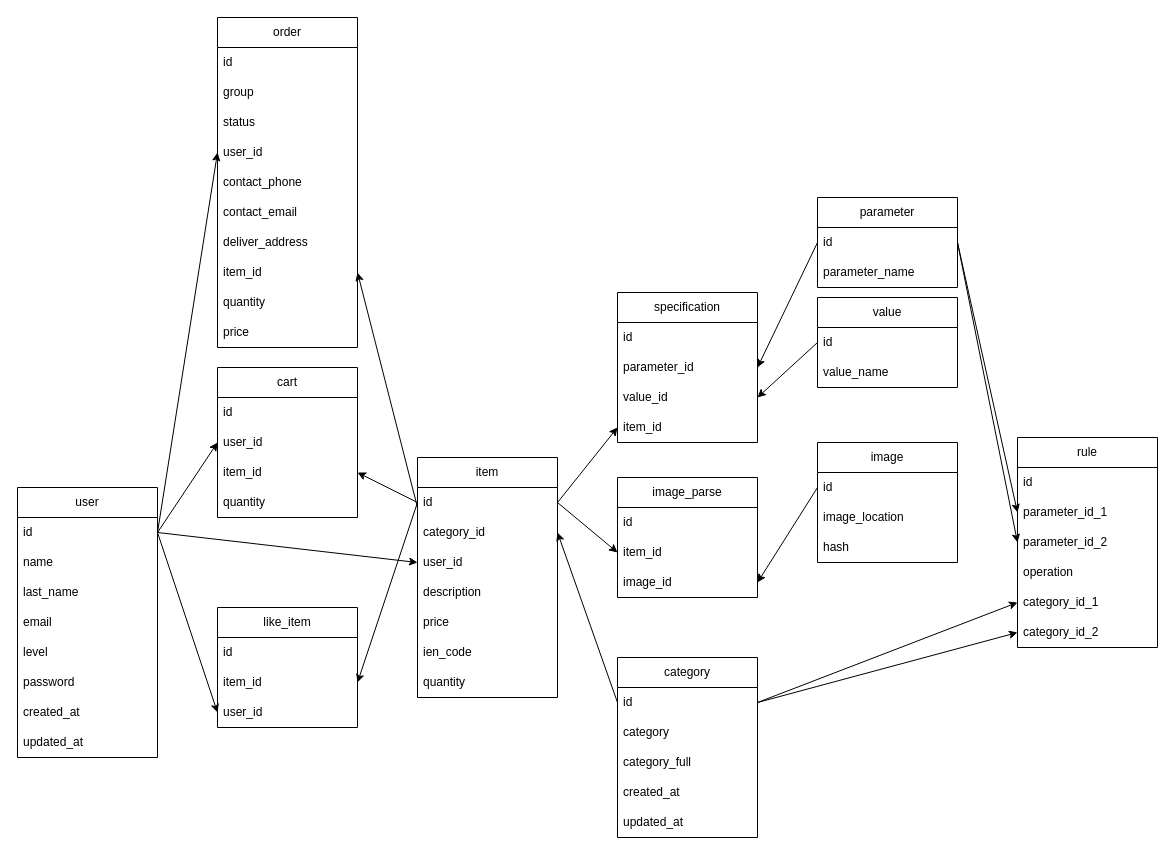
This is drawio/db.drawio from AugustasPauzas/BD1, a draw.io file, before an edit. Source tidied: cells renumbered, new cells numbered last; positions are measured from the earlier drawing's top-left corner, leaving out a move shared by most shapes. Both pictures are drawn from the tidied source at 100%, with x=0, y=0 at pixel (17, 17).
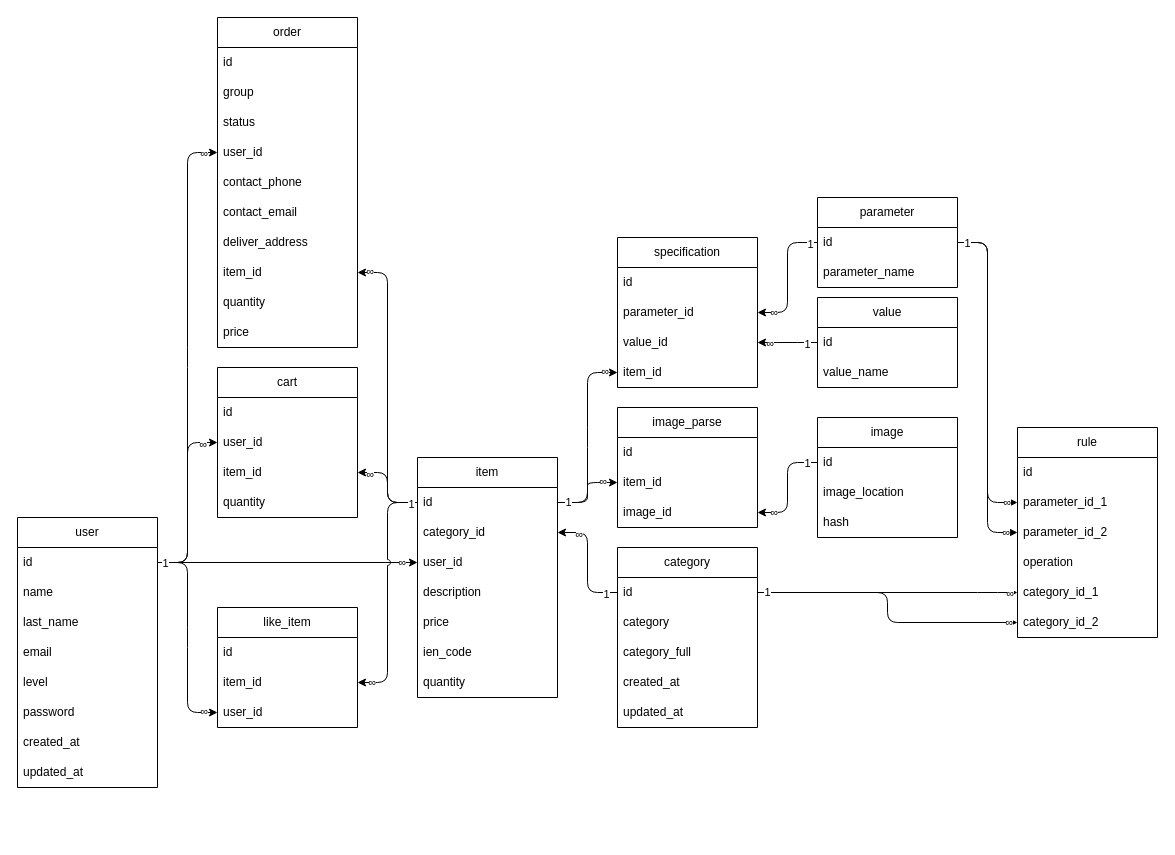
The same page after the edit.

The change refers to these unchanged cells:
```xml
<mxCell id="3" value="id" style="text;strokeColor=none;fillColor=none;align=left;verticalAlign=middle;spacingLeft=4;spacingRight=4;overflow=hidden;points=[[0,0.5],[1,0.5]];portConstraint=eastwest;whiteSpace=wrap;html=1;" parent="2" vertex="1">
  <mxGeometry y="30" width="140" height="30" as="geometry" />
</mxCell>
<mxCell id="12" value="id" style="text;strokeColor=none;fillColor=none;align=left;verticalAlign=middle;spacingLeft=4;spacingRight=4;overflow=hidden;points=[[0,0.5],[1,0.5]];portConstraint=eastwest;whiteSpace=wrap;html=1;" parent="11" vertex="1">
  <mxGeometry y="30" width="140" height="30" as="geometry" />
</mxCell>
<mxCell id="13" value="category_id" style="text;strokeColor=none;fillColor=none;align=left;verticalAlign=middle;spacingLeft=4;spacingRight=4;overflow=hidden;points=[[0,0.5],[1,0.5]];portConstraint=eastwest;whiteSpace=wrap;html=1;" parent="11" vertex="1">
  <mxGeometry y="60" width="140" height="30" as="geometry" />
</mxCell>
<mxCell id="14" value="user_id" style="text;strokeColor=none;fillColor=none;align=left;verticalAlign=middle;spacingLeft=4;spacingRight=4;overflow=hidden;points=[[0,0.5],[1,0.5]];portConstraint=eastwest;whiteSpace=wrap;html=1;" parent="11" vertex="1">
  <mxGeometry y="90" width="140" height="30" as="geometry" />
</mxCell>
<mxCell id="20" value="id" style="text;strokeColor=none;fillColor=none;align=left;verticalAlign=middle;spacingLeft=4;spacingRight=4;overflow=hidden;points=[[0,0.5],[1,0.5]];portConstraint=eastwest;whiteSpace=wrap;html=1;" parent="19" vertex="1">
  <mxGeometry y="30" width="140" height="30" as="geometry" />
</mxCell>
<mxCell id="27" value="user_id" style="text;strokeColor=none;fillColor=none;align=left;verticalAlign=middle;spacingLeft=4;spacingRight=4;overflow=hidden;points=[[0,0.5],[1,0.5]];portConstraint=eastwest;whiteSpace=wrap;html=1;" parent="25" vertex="1">
  <mxGeometry y="60" width="140" height="30" as="geometry" />
</mxCell>
<mxCell id="28" value="item_id" style="text;strokeColor=none;fillColor=none;align=left;verticalAlign=middle;spacingLeft=4;spacingRight=4;overflow=hidden;points=[[0,0.5],[1,0.5]];portConstraint=eastwest;whiteSpace=wrap;html=1;" parent="25" vertex="1">
  <mxGeometry y="90" width="140" height="30" as="geometry" />
</mxCell>
<mxCell id="36" value="parameter_id" style="text;strokeColor=none;fillColor=none;align=left;verticalAlign=middle;spacingLeft=4;spacingRight=4;overflow=hidden;points=[[0,0.5],[1,0.5]];portConstraint=eastwest;whiteSpace=wrap;html=1;" parent="34" vertex="1">
  <mxGeometry y="60" width="140" height="30" as="geometry" />
</mxCell>
<mxCell id="37" value="value_id" style="text;strokeColor=none;fillColor=none;align=left;verticalAlign=middle;spacingLeft=4;spacingRight=4;overflow=hidden;points=[[0,0.5],[1,0.5]];portConstraint=eastwest;whiteSpace=wrap;html=1;" parent="34" vertex="1">
  <mxGeometry y="90" width="140" height="30" as="geometry" />
</mxCell>
<mxCell id="38" value="item_id" style="text;strokeColor=none;fillColor=none;align=left;verticalAlign=middle;spacingLeft=4;spacingRight=4;overflow=hidden;points=[[0,0.5],[1,0.5]];portConstraint=eastwest;whiteSpace=wrap;html=1;" parent="34" vertex="1">
  <mxGeometry y="120" width="140" height="30" as="geometry" />
</mxCell>
<mxCell id="40" value="id" style="text;strokeColor=none;fillColor=none;align=left;verticalAlign=middle;spacingLeft=4;spacingRight=4;overflow=hidden;points=[[0,0.5],[1,0.5]];portConstraint=eastwest;whiteSpace=wrap;html=1;" parent="39" vertex="1">
  <mxGeometry y="30" width="140" height="30" as="geometry" />
</mxCell>
<mxCell id="43" value="id" style="text;strokeColor=none;fillColor=none;align=left;verticalAlign=middle;spacingLeft=4;spacingRight=4;overflow=hidden;points=[[0,0.5],[1,0.5]];portConstraint=eastwest;whiteSpace=wrap;html=1;" parent="42" vertex="1">
  <mxGeometry y="30" width="140" height="30" as="geometry" />
</mxCell>
<mxCell id="49" value="item_id" style="text;strokeColor=none;fillColor=none;align=left;verticalAlign=middle;spacingLeft=4;spacingRight=4;overflow=hidden;points=[[0,0.5],[1,0.5]];portConstraint=eastwest;whiteSpace=wrap;html=1;" parent="47" vertex="1">
  <mxGeometry y="60" width="140" height="30" as="geometry" />
</mxCell>
<mxCell id="50" value="user_id" style="text;strokeColor=none;fillColor=none;align=left;verticalAlign=middle;spacingLeft=4;spacingRight=4;overflow=hidden;points=[[0,0.5],[1,0.5]];portConstraint=eastwest;whiteSpace=wrap;html=1;" parent="47" vertex="1">
  <mxGeometry y="90" width="140" height="30" as="geometry" />
</mxCell>
<mxCell id="54" value="id" style="text;strokeColor=none;fillColor=none;align=left;verticalAlign=middle;spacingLeft=4;spacingRight=4;overflow=hidden;points=[[0,0.5],[1,0.5]];portConstraint=eastwest;whiteSpace=wrap;html=1;" parent="53" vertex="1">
  <mxGeometry y="30" width="140" height="30" as="geometry" />
</mxCell>
<mxCell id="63" value="user_id" style="text;strokeColor=none;fillColor=none;align=left;verticalAlign=middle;spacingLeft=4;spacingRight=4;overflow=hidden;points=[[0,0.5],[1,0.5]];portConstraint=eastwest;whiteSpace=wrap;html=1;" parent="59" vertex="1">
  <mxGeometry y="120" width="140" height="30" as="geometry" />
</mxCell>
<mxCell id="67" value="item_id" style="text;strokeColor=none;fillColor=none;align=left;verticalAlign=middle;spacingLeft=4;spacingRight=4;overflow=hidden;points=[[0,0.5],[1,0.5]];portConstraint=eastwest;whiteSpace=wrap;html=1;" parent="59" vertex="1">
  <mxGeometry y="240" width="140" height="30" as="geometry" />
</mxCell>
<mxCell id="72" value="parameter_id_1" style="text;strokeColor=none;fillColor=none;align=left;verticalAlign=middle;spacingLeft=4;spacingRight=4;overflow=hidden;points=[[0,0.5],[1,0.5]];portConstraint=eastwest;whiteSpace=wrap;html=1;" parent="70" vertex="1">
  <mxGeometry y="60" width="140" height="30" as="geometry" />
</mxCell>
<mxCell id="73" value="parameter_id_2" style="text;strokeColor=none;fillColor=none;align=left;verticalAlign=middle;spacingLeft=4;spacingRight=4;overflow=hidden;points=[[0,0.5],[1,0.5]];portConstraint=eastwest;whiteSpace=wrap;html=1;" parent="70" vertex="1">
  <mxGeometry y="90" width="140" height="30" as="geometry" />
</mxCell>
<mxCell id="75" value="category_id_1" style="text;strokeColor=none;fillColor=none;align=left;verticalAlign=middle;spacingLeft=4;spacingRight=4;overflow=hidden;points=[[0,0.5],[1,0.5]];portConstraint=eastwest;whiteSpace=wrap;html=1;" parent="70" vertex="1">
  <mxGeometry y="150" width="140" height="30" as="geometry" />
</mxCell>
<mxCell id="76" value="category_id_2" style="text;strokeColor=none;fillColor=none;align=left;verticalAlign=middle;spacingLeft=4;spacingRight=4;overflow=hidden;points=[[0,0.5],[1,0.5]];portConstraint=eastwest;whiteSpace=wrap;html=1;" parent="70" vertex="1">
  <mxGeometry y="180" width="140" height="30" as="geometry" />
</mxCell>
<mxCell id="85" value="item_id" style="text;strokeColor=none;fillColor=none;align=left;verticalAlign=middle;spacingLeft=4;spacingRight=4;overflow=hidden;points=[[0,0.5],[1,0.5]];portConstraint=eastwest;whiteSpace=wrap;html=1;" parent="83" vertex="1">
  <mxGeometry y="60" width="140" height="30" as="geometry" />
</mxCell>
<mxCell id="86" value="image_id" style="text;strokeColor=none;fillColor=none;align=left;verticalAlign=middle;spacingLeft=4;spacingRight=4;overflow=hidden;points=[[0,0.5],[1,0.5]];portConstraint=eastwest;whiteSpace=wrap;html=1;" parent="83" vertex="1">
  <mxGeometry y="90" width="140" height="30" as="geometry" />
</mxCell>
```

Change to the diagram source:
```diff
@@
     <mxCell id="2" value="user" style="swimlane;fontStyle=0;horizontal=1;startSize=30;whiteSpace=wrap;html=1;" parent="1" vertex="1">
-      <mxGeometry y="470" width="140" height="270" as="geometry" />
+      <mxGeometry y="500" width="140" height="270" as="geometry" />
     </mxCell>
@@
     <mxCell id="19" value="category" style="swimlane;fontStyle=0;horizontal=1;startSize=30;whiteSpace=wrap;html=1;" parent="1" vertex="1">
-      <mxGeometry x="600" y="640" width="140" height="180" as="geometry" />
+      <mxGeometry x="600" y="530" width="140" height="180" as="geometry" />
     </mxCell>
@@
-    <mxCell id="30" style="edgeStyle=none;html=1;entryX=0;entryY=0.5;entryDx=0;entryDy=0;exitX=1;exitY=0.5;exitDx=0;exitDy=0;" parent="1" edge="1" source="3" target="27">
+    <mxCell id="30" style="edgeStyle=entityRelationEdgeStyle;html=1;entryX=0;entryY=0.5;entryDx=0;entryDy=0;exitX=1;exitY=0.5;exitDx=0;exitDy=0;" parent="1" edge="1" source="3" target="27">
       <mxGeometry relative="1" as="geometry" />
     </mxCell>
+    <mxCell id="88" value="∞" style="edgeLabel;html=1;align=center;verticalAlign=middle;" parent="30" vertex="1">
+      <mxGeometry x="0.83" y="-1" relative="1" as="geometry" />
+    </mxCell>
-    <mxCell id="31" style="edgeStyle=none;html=1;exitX=0;exitY=0.5;exitDx=0;exitDy=0;entryX=1;entryY=0.5;entryDx=0;entryDy=0;" parent="1" edge="1" source="12" target="28">
+    <mxCell id="31" style="edgeStyle=entityRelationEdgeStyle;html=1;exitX=0;exitY=0.5;exitDx=0;exitDy=0;entryX=1;entryY=0.5;entryDx=0;entryDy=0;" parent="1" edge="1" source="12" target="28">
       <mxGeometry relative="1" as="geometry" />
     </mxCell>
+    <mxCell id="89" value="∞" style="edgeLabel;html=1;align=center;verticalAlign=middle;" parent="31" vertex="1">
+      <mxGeometry x="0.74" y="1" relative="1" as="geometry" />
+    </mxCell>
-    <mxCell id="32" style="edgeStyle=none;html=1;entryX=0;entryY=0.5;entryDx=0;entryDy=0;" parent="1" edge="1" target="14">
-      <mxGeometry relative="1" as="geometry">
-        <mxPoint x="140" y="515" as="sourcePoint" />
-      </mxGeometry>
+    <mxCell id="32" style="edgeStyle=entityRelationEdgeStyle;html=1;entryX=0;entryY=0.5;entryDx=0;entryDy=0;exitX=1;exitY=0.5;exitDx=0;exitDy=0;jumpStyle=arc;" parent="1" edge="1" source="3" target="14">
+      <mxGeometry relative="1" as="geometry" />
     </mxCell>
+    <mxCell id="90" value="∞" style="edgeLabel;html=1;align=center;verticalAlign=middle;" parent="32" vertex="1">
+      <mxGeometry x="0.88" y="1" relative="1" as="geometry" />
+    </mxCell>
-    <mxCell id="33" style="edgeStyle=none;html=1;entryX=1;entryY=0.5;entryDx=0;entryDy=0;exitX=0;exitY=0.5;exitDx=0;exitDy=0;" parent="1" edge="1" source="20" target="13">
+    <mxCell id="33" style="edgeStyle=entityRelationEdgeStyle;html=1;entryX=1;entryY=0.5;entryDx=0;entryDy=0;exitX=0;exitY=0.5;exitDx=0;exitDy=0;" parent="1" edge="1" source="20" target="13">
       <mxGeometry relative="1" as="geometry" />
     </mxCell>
+    <mxCell id="91" value="∞" style="edgeLabel;html=1;align=center;verticalAlign=middle;" parent="33" vertex="1">
+      <mxGeometry x="0.65" y="1" relative="1" as="geometry" />
+    </mxCell>
+    <mxCell id="92" value="1" style="edgeLabel;html=1;align=center;verticalAlign=middle;" parent="33" vertex="1">
+      <mxGeometry x="-0.8" y="1" relative="1" as="geometry" />
+    </mxCell>
     <mxCell id="34" value="specification" style="swimlane;fontStyle=0;horizontal=1;startSize=30;whiteSpace=wrap;html=1;" parent="1" vertex="1">
-      <mxGeometry x="600" y="275" width="140" height="150" as="geometry" />
+      <mxGeometry x="600" y="220" width="140" height="150" as="geometry" />
     </mxCell>
@@
-    <mxCell id="45" style="edgeStyle=none;html=1;entryX=1;entryY=0.5;entryDx=0;entryDy=0;exitX=0;exitY=0.5;exitDx=0;exitDy=0;" parent="1" edge="1" source="40" target="36">
+    <mxCell id="45" style="edgeStyle=entityRelationEdgeStyle;html=1;entryX=1;entryY=0.5;entryDx=0;entryDy=0;exitX=0;exitY=0.5;exitDx=0;exitDy=0;startArrow=none;startFill=0;" parent="1" edge="1" source="40" target="36">
       <mxGeometry relative="1" as="geometry" />
     </mxCell>
+    <mxCell id="93" value="1" style="edgeLabel;html=1;align=center;verticalAlign=middle;" parent="45" vertex="1">
+      <mxGeometry x="-0.87" y="1" relative="1" as="geometry" />
+    </mxCell>
+    <mxCell id="94" value="∞" style="edgeLabel;html=1;align=center;verticalAlign=middle;" parent="45" vertex="1">
+      <mxGeometry x="0.75" y="-1" relative="1" as="geometry" />
+    </mxCell>
-    <mxCell id="46" style="edgeStyle=none;html=1;entryX=1;entryY=0.5;entryDx=0;entryDy=0;exitX=0;exitY=0.5;exitDx=0;exitDy=0;" parent="1" edge="1" source="43" target="37">
+    <mxCell id="46" style="edgeStyle=entityRelationEdgeStyle;html=1;entryX=1;entryY=0.5;entryDx=0;entryDy=0;startArrow=none;startFill=0;exitX=0;exitY=0.5;exitDx=0;exitDy=0;" parent="1" edge="1" source="43" target="37">
       <mxGeometry relative="1" as="geometry" />
     </mxCell>
+    <mxCell id="95" value="∞" style="edgeLabel;html=1;align=center;verticalAlign=middle;" parent="46" vertex="1">
+      <mxGeometry x="0.61" relative="1" as="geometry" />
+    </mxCell>
+    <mxCell id="96" value="1" style="edgeLabel;html=1;align=center;verticalAlign=middle;" parent="46" vertex="1">
+      <mxGeometry x="-0.62" y="1" relative="1" as="geometry" />
+    </mxCell>
@@
-    <mxCell id="51" style="edgeStyle=none;html=1;entryX=0;entryY=0.5;entryDx=0;entryDy=0;exitX=1;exitY=0.5;exitDx=0;exitDy=0;" parent="1" edge="1" source="3" target="50">
+    <mxCell id="51" style="edgeStyle=entityRelationEdgeStyle;html=1;entryX=0;entryY=0.5;entryDx=0;entryDy=0;exitX=1;exitY=0.5;exitDx=0;exitDy=0;" parent="1" edge="1" source="3" target="50">
       <mxGeometry relative="1" as="geometry" />
     </mxCell>
+    <mxCell id="97" value="∞" style="edgeLabel;html=1;align=center;verticalAlign=middle;" parent="51" vertex="1">
+      <mxGeometry x="0.87" y="2" relative="1" as="geometry" />
+    </mxCell>
-    <mxCell id="52" style="edgeStyle=none;html=1;entryX=1;entryY=0.5;entryDx=0;entryDy=0;exitX=0;exitY=0.5;exitDx=0;exitDy=0;" parent="1" edge="1" source="12" target="49">
+    <mxCell id="52" style="edgeStyle=entityRelationEdgeStyle;html=1;entryX=1;entryY=0.5;entryDx=0;entryDy=0;exitX=0;exitY=0.5;exitDx=0;exitDy=0;jumpStyle=arc;" parent="1" edge="1" source="12" target="49">
       <mxGeometry relative="1" as="geometry" />
     </mxCell>
+    <mxCell id="98" value="∞" style="edgeLabel;html=1;align=center;verticalAlign=middle;" parent="52" vertex="1">
+      <mxGeometry x="0.88" y="-1" relative="1" as="geometry" />
+    </mxCell>
     <mxCell id="53" value="image" style="swimlane;fontStyle=0;horizontal=1;startSize=30;whiteSpace=wrap;html=1;" parent="1" vertex="1">
-      <mxGeometry x="800" y="425" width="140" height="120" as="geometry" />
+      <mxGeometry x="800" y="400" width="140" height="120" as="geometry" />
     </mxCell>
@@
-    <mxCell id="57" style="edgeStyle=none;html=1;entryX=0;entryY=0.5;entryDx=0;entryDy=0;exitX=1;exitY=0.5;exitDx=0;exitDy=0;" parent="1" edge="1" source="12" target="85">
+    <mxCell id="57" style="edgeStyle=entityRelationEdgeStyle;html=1;entryX=0;entryY=0.5;entryDx=0;entryDy=0;exitX=1;exitY=0.5;exitDx=0;exitDy=0;" parent="1" edge="1" source="12" target="85">
       <mxGeometry relative="1" as="geometry" />
     </mxCell>
+    <mxCell id="99" value="∞" style="edgeLabel;html=1;align=center;verticalAlign=middle;" parent="57" vertex="1">
+      <mxGeometry x="0.62" y="2" relative="1" as="geometry" />
+    </mxCell>
-    <mxCell id="58" style="edgeStyle=none;html=1;entryX=0;entryY=0.5;entryDx=0;entryDy=0;exitX=1;exitY=0.5;exitDx=0;exitDy=0;" parent="1" edge="1" source="12" target="38">
+    <mxCell id="58" style="edgeStyle=entityRelationEdgeStyle;html=1;entryX=0;entryY=0.5;entryDx=0;entryDy=0;exitX=1;exitY=0.5;exitDx=0;exitDy=0;" parent="1" edge="1" source="12" target="38">
       <mxGeometry relative="1" as="geometry" />
     </mxCell>
+    <mxCell id="100" value="∞" style="edgeLabel;html=1;align=center;verticalAlign=middle;" parent="58" vertex="1">
+      <mxGeometry x="0.86" y="2" relative="1" as="geometry" />
+    </mxCell>
+    <mxCell id="101" value="1" style="edgeLabel;html=1;align=center;verticalAlign=middle;" parent="58" vertex="1">
+      <mxGeometry x="-0.89" y="1" relative="1" as="geometry" />
+    </mxCell>
@@
     <mxCell id="70" value="rule" style="swimlane;fontStyle=0;horizontal=1;startSize=30;whiteSpace=wrap;html=1;" parent="1" vertex="1">
-      <mxGeometry x="1000" y="420" width="140" height="210" as="geometry" />
+      <mxGeometry x="1000" y="410" width="140" height="210" as="geometry" />
     </mxCell>
@@
-    <mxCell id="77" style="edgeStyle=none;html=1;entryX=0;entryY=0.5;entryDx=0;entryDy=0;exitX=1;exitY=0.5;exitDx=0;exitDy=0;" parent="1" edge="1" source="40" target="72">
+    <mxCell id="77" style="edgeStyle=entityRelationEdgeStyle;html=1;entryX=0;entryY=0.5;entryDx=0;entryDy=0;exitX=1;exitY=0.5;exitDx=0;exitDy=0;" parent="1" edge="1" source="40" target="72">
       <mxGeometry relative="1" as="geometry" />
     </mxCell>
+    <mxCell id="102" value="∞" style="edgeLabel;html=1;align=center;verticalAlign=middle;" parent="77" vertex="1">
+      <mxGeometry x="0.93" y="1" relative="1" as="geometry" />
+    </mxCell>
-    <mxCell id="78" style="edgeStyle=none;html=1;entryX=0;entryY=0.5;entryDx=0;entryDy=0;exitX=1;exitY=0.5;exitDx=0;exitDy=0;" parent="1" edge="1" source="40" target="73">
+    <mxCell id="78" style="edgeStyle=entityRelationEdgeStyle;html=1;entryX=0;entryY=0.5;entryDx=0;entryDy=0;exitX=1;exitY=0.5;exitDx=0;exitDy=0;startArrow=none;startFill=0;" parent="1" edge="1" source="40" target="73">
       <mxGeometry relative="1" as="geometry" />
     </mxCell>
+    <mxCell id="103" value="1" style="edgeLabel;html=1;align=center;verticalAlign=middle;" parent="78" vertex="1">
+      <mxGeometry x="-0.95" relative="1" as="geometry" />
+    </mxCell>
+    <mxCell id="104" value="∞" style="edgeLabel;html=1;align=center;verticalAlign=middle;" parent="78" vertex="1">
+      <mxGeometry x="0.93" y="1" relative="1" as="geometry" />
+    </mxCell>
-    <mxCell id="79" style="edgeStyle=none;html=1;entryX=0;entryY=0.5;entryDx=0;entryDy=0;exitX=1;exitY=0.5;exitDx=0;exitDy=0;" parent="1" edge="1" source="20" target="75">
+    <mxCell id="79" style="edgeStyle=entityRelationEdgeStyle;html=1;entryX=0;entryY=0.5;entryDx=0;entryDy=0;exitX=1;exitY=0.5;exitDx=0;exitDy=0;" parent="1" edge="1" source="20" target="75">
       <mxGeometry relative="1" as="geometry" />
     </mxCell>
+    <mxCell id="105" value="∞" style="edgeLabel;html=1;align=center;verticalAlign=middle;" parent="79" vertex="1">
+      <mxGeometry x="0.94" relative="1" as="geometry" />
+    </mxCell>
-    <mxCell id="80" style="edgeStyle=none;html=1;entryX=0;entryY=0.5;entryDx=0;entryDy=0;exitX=1;exitY=0.5;exitDx=0;exitDy=0;" parent="1" edge="1" source="20" target="76">
+    <mxCell id="80" style="edgeStyle=elbowEdgeStyle;html=1;entryX=0;entryY=0.5;entryDx=0;entryDy=0;exitX=1;exitY=0.5;exitDx=0;exitDy=0;startArrow=none;startFill=0;jumpStyle=none;" parent="1" edge="1" source="20" target="76">
       <mxGeometry relative="1" as="geometry" />
     </mxCell>
+    <mxCell id="106" value="∞" style="edgeLabel;html=1;align=center;verticalAlign=middle;" parent="80" vertex="1">
+      <mxGeometry x="0.94" y="1" relative="1" as="geometry" />
+    </mxCell>
+    <mxCell id="107" value="1" style="edgeLabel;html=1;align=center;verticalAlign=middle;" parent="80" vertex="1">
+      <mxGeometry x="-0.94" y="1" relative="1" as="geometry" />
+    </mxCell>
-    <mxCell id="81" style="edgeStyle=none;html=1;entryX=0;entryY=0.5;entryDx=0;entryDy=0;exitX=1;exitY=0.5;exitDx=0;exitDy=0;" parent="1" edge="1" source="3" target="63">
+    <mxCell id="81" style="edgeStyle=entityRelationEdgeStyle;html=1;entryX=0;entryY=0.5;entryDx=0;entryDy=0;exitX=1;exitY=0.5;exitDx=0;exitDy=0;" parent="1" edge="1" source="3" target="63">
       <mxGeometry relative="1" as="geometry" />
     </mxCell>
+    <mxCell id="108" value="1" style="edgeLabel;html=1;align=center;verticalAlign=middle;" parent="81" vertex="1">
+      <mxGeometry x="-0.97" relative="1" as="geometry" />
+    </mxCell>
+    <mxCell id="109" value="∞" style="edgeLabel;html=1;align=center;verticalAlign=middle;" parent="81" vertex="1">
+      <mxGeometry x="0.94" relative="1" as="geometry" />
+    </mxCell>
-    <mxCell id="82" style="edgeStyle=none;html=1;entryX=1;entryY=0.5;entryDx=0;entryDy=0;" parent="1" edge="1" target="67">
-      <mxGeometry relative="1" as="geometry">
-        <mxPoint x="400" y="490" as="sourcePoint" />
-      </mxGeometry>
+    <mxCell id="82" style="edgeStyle=entityRelationEdgeStyle;html=1;entryX=1;entryY=0.5;entryDx=0;entryDy=0;exitX=0;exitY=0.5;exitDx=0;exitDy=0;" parent="1" edge="1" source="12" target="67">
+      <mxGeometry relative="1" as="geometry" />
     </mxCell>
+    <mxCell id="110" value="1" style="edgeLabel;html=1;align=center;verticalAlign=middle;" parent="82" vertex="1">
+      <mxGeometry x="-0.95" y="1" relative="1" as="geometry" />
+    </mxCell>
+    <mxCell id="111" value="∞" style="edgeLabel;html=1;align=center;verticalAlign=middle;" parent="82" vertex="1">
+      <mxGeometry x="0.92" y="-2" relative="1" as="geometry" />
+    </mxCell>
     <mxCell id="83" value="image_parse" style="swimlane;fontStyle=0;horizontal=1;startSize=30;whiteSpace=wrap;html=1;" parent="1" vertex="1">
-      <mxGeometry x="600" y="460" width="140" height="120" as="geometry" />
+      <mxGeometry x="600" y="390" width="140" height="120" as="geometry" />
     </mxCell>
@@
-    <mxCell id="87" style="edgeStyle=none;html=1;entryX=1;entryY=0.5;entryDx=0;entryDy=0;exitX=0;exitY=0.5;exitDx=0;exitDy=0;" parent="1" edge="1" source="54" target="86">
+    <mxCell id="87" style="edgeStyle=entityRelationEdgeStyle;html=1;entryX=1;entryY=0.5;entryDx=0;entryDy=0;exitX=0;exitY=0.5;exitDx=0;exitDy=0;startArrow=none;startFill=0;" parent="1" edge="1" source="54" target="86">
       <mxGeometry relative="1" as="geometry" />
     </mxCell>
+    <mxCell id="112" value="∞" style="edgeLabel;html=1;align=center;verticalAlign=middle;" parent="87" vertex="1">
+      <mxGeometry x="0.71" y="-1" relative="1" as="geometry" />
+    </mxCell>
+    <mxCell id="113" value="1" style="edgeLabel;html=1;align=center;verticalAlign=middle;" parent="87" vertex="1">
+      <mxGeometry x="-0.8" relative="1" as="geometry" />
+    </mxCell>
```
